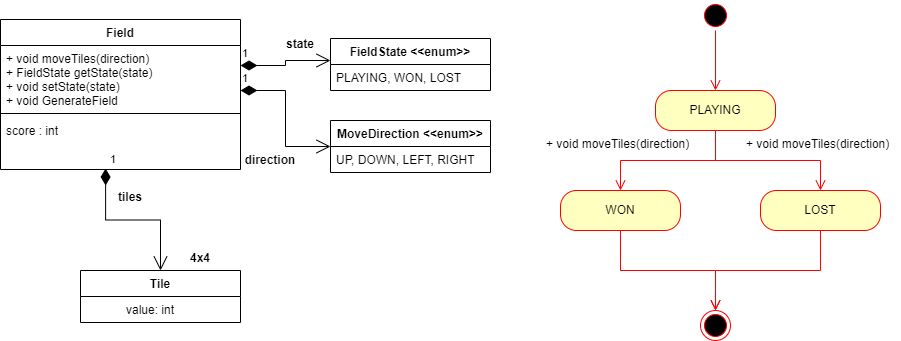
This is diagram.png from Olbee/1024-spring-java-game, a draw.io export, as it was before one commit. Source tidied: cells renumbered, new cells last; positions are measured from the earlier drawing's top-left corner, leaving out a move shared by most shapes.
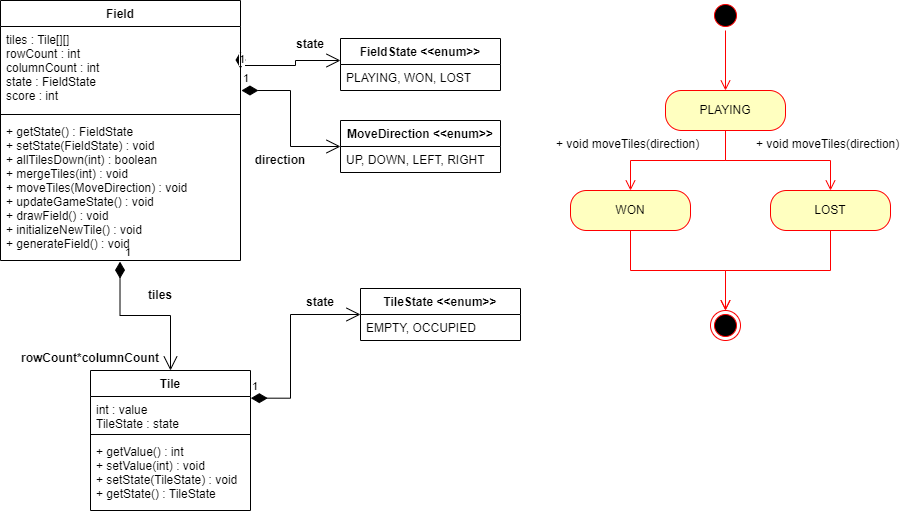
Later version of the same file.

Commit message:
extended diagram

Diff of the diagram source:
```diff
@@ -2,29 +2,22 @@
   <root>
     <mxCell id="0" />
     <mxCell id="1" parent="0" />
-    <mxCell id="2" value="Tile&#10;" style="swimlane;fontStyle=1;align=center;verticalAlign=top;horizontal=1;startSize=26;" parent="1" vertex="1">
-      <mxGeometry x="80" y="270" width="160" height="52" as="geometry" />
-    </mxCell>
-    <mxCell id="3" value="            value:  int&#10;&#10;" style="text;strokeColor=none;fillColor=none;align=left;verticalAlign=top;spacingLeft=4;spacingRight=4;overflow=hidden;" parent="2" vertex="1">
-      <mxGeometry y="26" width="160" height="26" as="geometry" />
-    </mxCell>
-    <mxCell id="4" value="4x4" style="text;align=center;fontStyle=1;verticalAlign=middle;spacingLeft=3;spacingRight=3;strokeColor=none;" parent="1" vertex="1">
-      <mxGeometry x="160" y="244" width="80" height="26" as="geometry" />
+    <mxCell id="4" value="rowCount*columnCount" style="text;align=center;fontStyle=1;verticalAlign=middle;spacingLeft=3;spacingRight=3;strokeColor=none;" parent="1" vertex="1">
+      <mxGeometry x="40" y="344" width="80" height="26" as="geometry" />
     </mxCell>
     <mxCell id="5" value="tiles&#10;" style="text;align=center;fontStyle=1;verticalAlign=middle;spacingLeft=3;spacingRight=3;strokeColor=none;" parent="1" vertex="1">
-      <mxGeometry x="90" y="190" width="80" height="26" as="geometry" />
+      <mxGeometry x="110" y="288" width="80" height="26" as="geometry" />
     </mxCell>
     <mxCell id="6" value="state" style="text;align=center;fontStyle=1;verticalAlign=middle;spacingLeft=3;spacingRight=3;strokeColor=none;" parent="1" vertex="1">
       <mxGeometry x="260" y="30" width="80" height="26" as="geometry" />
     </mxCell>
-    <mxCell id="7" value="1" style="endArrow=open;html=1;endSize=12;startArrow=diamondThin;startSize=14;startFill=1;edgeStyle=orthogonalEdgeStyle;align=left;verticalAlign=bottom;rounded=0;exitX=1;exitY=0.25;exitDx=0;exitDy=0;" parent="1" edge="1">
+    <mxCell id="7" value="1" style="endArrow=open;html=1;endSize=12;startArrow=diamondThin;startSize=14;startFill=1;edgeStyle=orthogonalEdgeStyle;align=left;verticalAlign=bottom;rounded=0;exitX=1;exitY=0.5;exitDx=0;exitDy=0;" parent="1" edge="1" source="35">
       <mxGeometry x="-1" y="3" relative="1" as="geometry">
-        <mxPoint x="240" y="65" as="sourcePoint" />
         <mxPoint x="330" y="60" as="targetPoint" />
         <Array as="points">
+          <mxPoint x="230" y="65" />
           <mxPoint x="285" y="65" />
           <mxPoint x="285" y="60" />
-          <mxPoint x="330" y="60" />
         </Array>
       </mxGeometry>
     </mxCell>
@@ -88,28 +81,62 @@
     <mxCell id="23" value="PLAYING, WON, LOST" style="text;strokeColor=none;fillColor=none;align=left;verticalAlign=top;spacingLeft=4;spacingRight=4;overflow=hidden;" parent="22" vertex="1">
       <mxGeometry y="26" width="160" height="26" as="geometry" />
     </mxCell>
-    <mxCell id="24" value="1" style="endArrow=open;html=1;endSize=12;startArrow=diamondThin;startSize=14;startFill=1;edgeStyle=orthogonalEdgeStyle;align=left;verticalAlign=bottom;rounded=0;entryX=0;entryY=0.5;entryDx=0;entryDy=0;" parent="1" edge="1" target="20">
-      <mxGeometry x="-1" y="3" relative="1" as="geometry">
-        <mxPoint x="240" y="90" as="sourcePoint" />
-      </mxGeometry>
+    <mxCell id="24" value="1" style="endArrow=open;html=1;endSize=12;startArrow=diamondThin;startSize=14;startFill=1;edgeStyle=orthogonalEdgeStyle;align=left;verticalAlign=bottom;rounded=0;entryX=0;entryY=0.5;entryDx=0;entryDy=0;exitX=1.004;exitY=0.762;exitDx=0;exitDy=0;exitPerimeter=0;" parent="1" edge="1" source="35" target="20">
+      <mxGeometry x="-1" y="3" relative="1" as="geometry" />
     </mxCell>
     <mxCell id="25" value="direction" style="text;align=center;fontStyle=1;verticalAlign=middle;spacingLeft=3;spacingRight=3;strokeColor=none;" parent="1" vertex="1">
       <mxGeometry x="230" y="146" width="80" height="26" as="geometry" />
     </mxCell>
+    <mxCell id="30" value="1" style="endArrow=open;html=1;endSize=12;startArrow=diamondThin;startSize=14;startFill=1;edgeStyle=orthogonalEdgeStyle;align=left;verticalAlign=bottom;rounded=0;entryX=0.5;entryY=0;entryDx=0;entryDy=0;exitX=0.498;exitY=1.008;exitDx=0;exitDy=0;exitPerimeter=0;" parent="1" edge="1" source="37">
+      <mxGeometry x="-1" y="3" relative="1" as="geometry">
+        <mxPoint x="160" y="370" as="targetPoint" />
+        <Array as="points">
+          <mxPoint x="110" y="315" />
+          <mxPoint x="160" y="315" />
+        </Array>
+      </mxGeometry>
+    </mxCell>
+    <mxCell id="31" value="TileState &lt;&lt;enum&gt;&gt;" style="swimlane;fontStyle=1;align=center;verticalAlign=top;horizontal=1;startSize=26;" parent="1" vertex="1">
+      <mxGeometry x="350" y="288" width="160" height="52" as="geometry" />
+    </mxCell>
+    <mxCell id="32" value="EMPTY, OCCUPIED" style="text;strokeColor=none;fillColor=none;align=left;verticalAlign=top;spacingLeft=4;spacingRight=4;overflow=hidden;" parent="31" vertex="1">
+      <mxGeometry y="26" width="160" height="26" as="geometry" />
+    </mxCell>
+    <mxCell id="33" value="1" style="endArrow=open;html=1;endSize=12;startArrow=diamondThin;startSize=14;startFill=1;edgeStyle=orthogonalEdgeStyle;align=left;verticalAlign=bottom;rounded=0;exitX=1.002;exitY=0.038;exitDx=0;exitDy=0;exitPerimeter=0;entryX=0;entryY=0.5;entryDx=0;entryDy=0;" parent="1" edge="1" target="31">
+      <mxGeometry x="-1" y="3" relative="1" as="geometry">
+        <mxPoint x="240.3" y="397.7" as="sourcePoint" />
+        <Array as="points">
+          <mxPoint x="280" y="397" />
+          <mxPoint x="280" y="314" />
+        </Array>
+      </mxGeometry>
+    </mxCell>
+    <mxCell id="34" value="state" style="text;align=center;fontStyle=1;verticalAlign=middle;spacingLeft=3;spacingRight=3;strokeColor=none;" parent="1" vertex="1">
+      <mxGeometry x="270" y="288" width="80" height="26" as="geometry" />
+    </mxCell>
     <mxCell id="26" value="Field" style="swimlane;fontStyle=1;align=center;verticalAlign=top;horizontal=1;startSize=26;" parent="1" vertex="1">
-      <mxGeometry y="19" width="240" height="150" as="geometry" />
+      <mxGeometry x="-10" width="240" height="260" as="geometry" />
     </mxCell>
-    <mxCell id="27" value="+ void moveTiles(direction)&#10;+ FieldState getState(state)&#10;+ void setState(state)&#10;+ void GenerateField" style="text;strokeColor=none;fillColor=none;align=left;verticalAlign=top;spacingLeft=4;spacingRight=4;overflow=hidden;" parent="26" vertex="1">
-      <mxGeometry y="26" width="240" height="64" as="geometry" />
-    </mxCell>
-    <mxCell id="28" style="line;strokeWidth=1;fillColor=none;align=left;verticalAlign=middle;spacingTop=-1;spacingLeft=3;spacingRight=3;labelPosition=right;" parent="26" vertex="1">
-      <mxGeometry y="90" width="240" height="8" as="geometry" />
-    </mxCell>
-    <mxCell id="29" value="score : int&#10;" style="text;strokeColor=none;fillColor=none;align=left;verticalAlign=top;spacingLeft=4;spacingRight=4;overflow=hidden;points=[[0,0.5],[1,0.5]];portConstraint=eastwest;" parent="26" vertex="1">
-      <mxGeometry y="98" width="240" height="52" as="geometry" />
-    </mxCell>
-    <mxCell id="30" value="1" style="endArrow=open;html=1;endSize=12;startArrow=diamondThin;startSize=14;startFill=1;edgeStyle=orthogonalEdgeStyle;align=left;verticalAlign=bottom;rounded=0;exitX=0.438;exitY=0.981;exitDx=0;exitDy=0;exitPerimeter=0;entryX=0.5;entryY=0;entryDx=0;entryDy=0;" parent="1" edge="1" source="29" target="2">
-      <mxGeometry x="-1" y="3" relative="1" as="geometry" />
-    </mxCell>
+    <mxCell id="35" value="tiles : Tile[][]&#10;rowCount : int&#10;columnCount : int&#10;state : FieldState&#10;score : int" style="text;strokeColor=none;fillColor=none;align=left;verticalAlign=top;spacingLeft=4;spacingRight=4;overflow=hidden;points=[[0,0.5],[1,0.5]];portConstraint=eastwest;" parent="26" vertex="1">
+      <mxGeometry y="26" width="240" height="84" as="geometry" />
+    </mxCell>
+    <mxCell id="36" style="line;strokeWidth=1;fillColor=none;align=left;verticalAlign=middle;spacingTop=-1;spacingLeft=3;spacingRight=3;labelPosition=right;" parent="26" vertex="1">
+      <mxGeometry y="110" width="240" height="8" as="geometry" />
+    </mxCell>
+    <mxCell id="37" value="+ getState() : FieldState&#10;+ setState(FieldState) : void&#10;+ allTilesDown(int) : boolean&#10;+ mergeTiles(int) : void&#10;+ moveTiles(MoveDirection) : void&#10;+ updateGameState() : void&#10;+ drawField() : void&#10;+ initializeNewTile() : void&#10;+ generateField() : void" style="text;strokeColor=none;fillColor=none;align=left;verticalAlign=top;spacingLeft=4;spacingRight=4;overflow=hidden;points=[[0,0.5],[1,0.5]];portConstraint=eastwest;" parent="26" vertex="1">
+      <mxGeometry y="118" width="240" height="142" as="geometry" />
+    </mxCell>
+    <mxCell id="2" value="Tile" style="swimlane;fontStyle=1;align=center;verticalAlign=top;horizontal=1;startSize=26;" parent="1" vertex="1">
+      <mxGeometry x="80" y="370" width="160" height="140" as="geometry" />
+    </mxCell>
+    <mxCell id="38" value="int : value&#10;TileState : state" style="text;strokeColor=none;fillColor=none;align=left;verticalAlign=top;spacingLeft=4;spacingRight=4;overflow=hidden;" parent="2" vertex="1">
+      <mxGeometry y="26" width="160" height="34" as="geometry" />
+    </mxCell>
+    <mxCell id="39" style="line;strokeWidth=1;fillColor=none;align=left;verticalAlign=middle;spacingTop=-1;spacingLeft=3;spacingRight=3;labelPosition=right;" parent="2" vertex="1">
+      <mxGeometry y="60" width="160" height="8" as="geometry" />
+    </mxCell>
+    <mxCell id="40" value="+ getValue() : int&#10;+ setValue(int) : void&#10;+ setState(TileState) : void&#10;+ getState() : TileState&#10;" style="text;strokeColor=none;fillColor=none;align=left;verticalAlign=top;spacingLeft=4;spacingRight=4;overflow=hidden;" parent="2" vertex="1">
+      <mxGeometry y="68" width="160" height="72" as="geometry" />
+    </mxCell>
   </root>
 </mxGraphModel>
```
